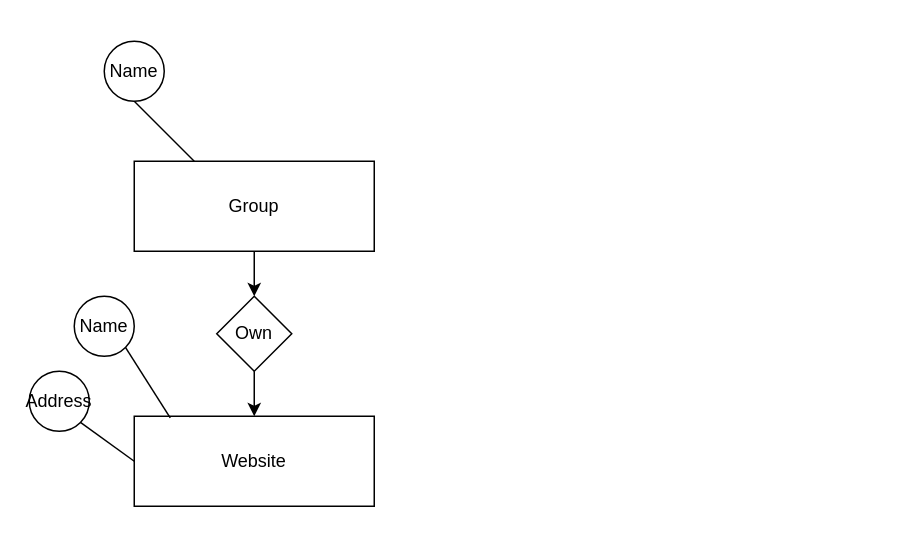
Earlier version of the draw.io diagram scout_Diagram.drawio (mohsenshahii/database). Source tidied: cells renumbered, new cells numbered last; positions are measured from the earlier drawing's top-left corner, leaving out a move shared by most shapes. Both pictures are drawn from the tidied source at 150%, with x=0, y=0 at pixel (28, 40).
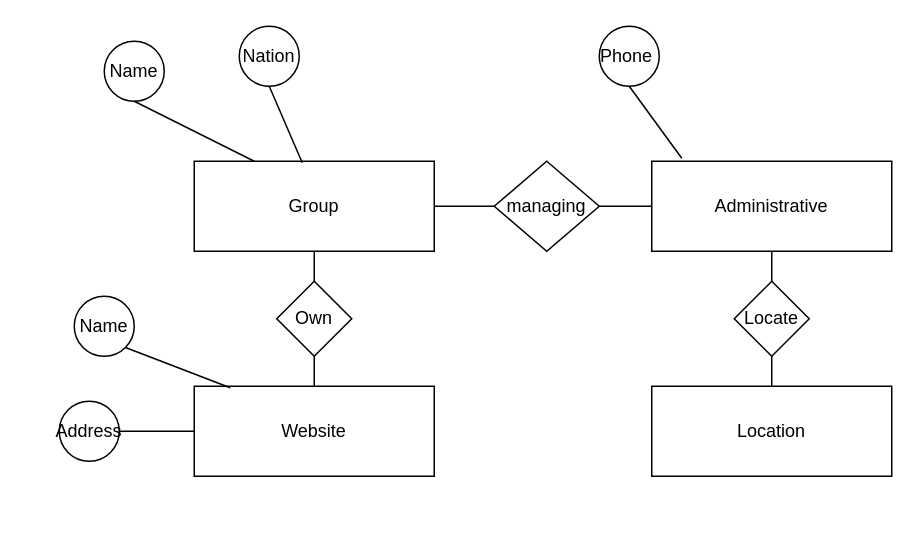
After the change.

What changed in the source:
```diff
@@
-    <mxCell id="2" style="edgeStyle=orthogonalEdgeStyle;rounded=0;jettySize=auto;html=1;exitX=0.5;exitY=1;exitDx=0;exitDy=0;entryX=0.5;entryY=0;entryDx=0;entryDy=0;" parent="1" edge="1" source="3" target="8">
-      <mxGeometry relative="1" as="geometry" />
-    </mxCell>
     <mxCell id="3" value="Group" style="rounded=0;whiteSpace=wrap;html=1;" parent="1" vertex="1">
-      <mxGeometry x="70" y="80" width="160" height="60" as="geometry" />
+      <mxGeometry x="110" y="80" width="160" height="60" as="geometry" />
     </mxCell>
     <mxCell id="4" value="Website" style="rounded=0;whiteSpace=wrap;html=1;" parent="1" vertex="1">
-      <mxGeometry x="70" y="250" width="160" height="60" as="geometry" />
+      <mxGeometry x="110" y="230" width="160" height="60" as="geometry" />
     </mxCell>
@@
-    <mxCell id="7" style="edgeStyle=orthogonalEdgeStyle;rounded=0;jettySize=auto;html=1;exitX=0.5;exitY=1;exitDx=0;exitDy=0;entryX=0.5;entryY=0;entryDx=0;entryDy=0;" parent="1" edge="1" source="8" target="4">
-      <mxGeometry relative="1" as="geometry" />
-    </mxCell>
     <mxCell id="8" value="Own" style="rhombus;whiteSpace=wrap;html=1;" parent="1" vertex="1">
-      <mxGeometry x="125" y="170" width="50" height="50" as="geometry" />
+      <mxGeometry x="165" y="160" width="50" height="50" as="geometry" />
     </mxCell>
@@
     <mxCell id="11" value="Address" style="ellipse;whiteSpace=wrap;html=1;" parent="1" vertex="1">
-      <mxGeometry y="220" width="40" height="40" as="geometry" />
+      <mxGeometry x="20" y="240" width="40" height="40" as="geometry" />
     </mxCell>
-    <mxCell id="12" style="endArrow=none;html=1;rounded=0;exitX=1;exitY=1;exitDx=0;exitDy=0;entryX=0;entryY=0.5;entryDx=0;entryDy=0;" parent="1" edge="1" source="11" target="4">
+    <mxCell id="12" style="endArrow=none;html=1;rounded=0;exitX=1;exitY=0.5;exitDx=0;exitDy=0;entryX=0;entryY=0.5;entryDx=0;entryDy=0;" parent="1" edge="1" source="11" target="4">
       <mxGeometry relative="1" as="geometry" />
     </mxCell>
+    <mxCell id="13" value="Administrative" style="rounded=0;whiteSpace=wrap;html=1;" parent="1" vertex="1">
+      <mxGeometry x="415" y="80" width="160" height="60" as="geometry" />
+    </mxCell>
+    <mxCell id="14" value="managing" style="rhombus;whiteSpace=wrap;html=1;" parent="1" vertex="1">
+      <mxGeometry x="310" y="80" width="70" height="60" as="geometry" />
+    </mxCell>
+    <mxCell id="15" style="endArrow=none;html=1;rounded=0;exitX=1;exitY=0.5;exitDx=0;exitDy=0;entryX=0;entryY=0.5;entryDx=0;entryDy=0;" parent="1" edge="1" source="3" target="14">
+      <mxGeometry relative="1" as="geometry" />
+    </mxCell>
+    <mxCell id="16" style="endArrow=none;html=1;rounded=0;entryX=0;entryY=0.5;entryDx=0;entryDy=0;" parent="1" edge="1" target="13">
+      <mxGeometry relative="1" as="geometry">
+        <mxPoint x="380" y="110" as="sourcePoint" />
+      </mxGeometry>
+    </mxCell>
+    <mxCell id="17" style="endArrow=none;html=1;rounded=0;entryX=0.5;entryY=1;entryDx=0;entryDy=0;exitX=0.5;exitY=0;exitDx=0;exitDy=0;" parent="1" edge="1" source="8" target="3">
+      <mxGeometry relative="1" as="geometry" />
+    </mxCell>
+    <mxCell id="18" style="endArrow=none;html=1;rounded=0;exitX=0.5;exitY=0;exitDx=0;exitDy=0;entryX=0.5;entryY=1;entryDx=0;entryDy=0;" parent="1" edge="1" source="4" target="8">
+      <mxGeometry relative="1" as="geometry" />
+    </mxCell>
+    <mxCell id="19" value="Phone&amp;nbsp;" style="ellipse;whiteSpace=wrap;html=1;" parent="1" vertex="1">
+      <mxGeometry x="380" y="-10" width="40" height="40" as="geometry" />
+    </mxCell>
+    <mxCell id="20" style="endArrow=none;html=1;rounded=0;entryX=0.5;entryY=1;entryDx=0;entryDy=0;exitX=0.125;exitY=-0.033;exitDx=0;exitDy=0;exitPerimeter=0;" parent="1" edge="1" source="13" target="19">
+      <mxGeometry relative="1" as="geometry" />
+    </mxCell>
+    <mxCell id="21" value="Location" style="rounded=0;whiteSpace=wrap;html=1;" parent="1" vertex="1">
+      <mxGeometry x="415" y="230" width="160" height="60" as="geometry" />
+    </mxCell>
+    <mxCell id="22" value="Locate" style="rhombus;whiteSpace=wrap;html=1;" parent="1" vertex="1">
+      <mxGeometry x="470" y="160" width="50" height="50" as="geometry" />
+    </mxCell>
+    <mxCell id="23" style="endArrow=none;html=1;rounded=0;exitX=0.5;exitY=0;exitDx=0;exitDy=0;entryX=0.5;entryY=1;entryDx=0;entryDy=0;" parent="1" edge="1" source="22" target="13">
+      <mxGeometry relative="1" as="geometry" />
+    </mxCell>
+    <mxCell id="24" style="endArrow=none;html=1;rounded=0;entryX=0.5;entryY=1;entryDx=0;entryDy=0;exitX=0.5;exitY=0;exitDx=0;exitDy=0;" parent="1" edge="1" source="21" target="22">
+      <mxGeometry relative="1" as="geometry" />
+    </mxCell>
+    <mxCell id="25" value="Nation" style="ellipse;whiteSpace=wrap;html=1;" parent="1" vertex="1">
+      <mxGeometry x="140" y="-10" width="40" height="40" as="geometry" />
+    </mxCell>
+    <mxCell id="26" style="endArrow=none;html=1;rounded=0;entryX=0.5;entryY=1;entryDx=0;entryDy=0;exitX=0.45;exitY=0.017;exitDx=0;exitDy=0;exitPerimeter=0;" parent="1" edge="1" source="3" target="25">
+      <mxGeometry relative="1" as="geometry" />
+    </mxCell>
```
